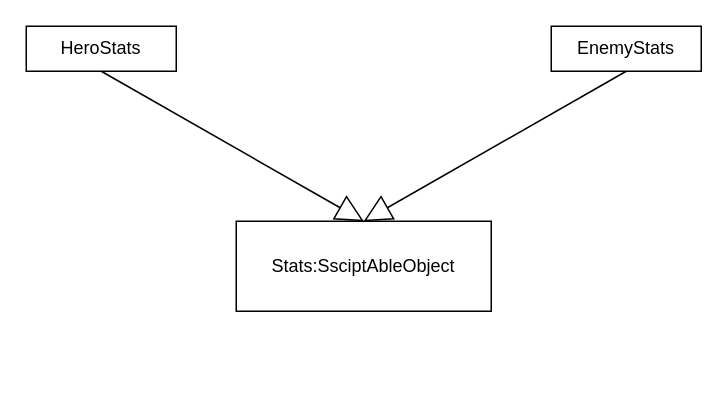
This is page "Stats" (5 of 5) of KaiGame_01.drawio from HiamKaito/KaiGame_01, a draw.io file, before an edit. Source tidied: cells renumbered, new cells numbered last; positions are measured from the earlier drawing's top-left corner, leaving out a move shared by most shapes. Both pictures are drawn from the tidied source at 150%, with x=0, y=0 at pixel (26, 26).
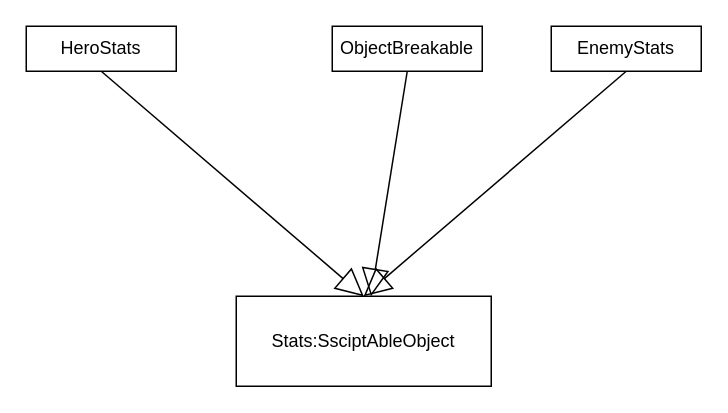
The same diagram, later.

The edit, as a diff of the source:
```diff
@@
 <mxGraphModel>
   <root>
     <mxCell id="0" />
     <mxCell id="1" parent="0" />
     <mxCell id="2" value="HeroStats" style="rounded=0;whiteSpace=wrap;html=1;" parent="1" vertex="1">
       <mxGeometry width="100" height="30" as="geometry" />
     </mxCell>
     <mxCell id="3" value="EnemyStats" style="rounded=0;whiteSpace=wrap;html=1;" parent="1" vertex="1">
       <mxGeometry x="350" width="100" height="30" as="geometry" />
     </mxCell>
     <mxCell id="4" value="Stats:SsciptAbleObject" style="rounded=0;whiteSpace=wrap;html=1;" parent="1" vertex="1">
-      <mxGeometry x="140" y="130" width="170" height="60" as="geometry" />
+      <mxGeometry x="140" y="180" width="170" height="60" as="geometry" />
     </mxCell>
     <mxCell id="5" style="endArrow=block;endSize=16;endFill=0;html=1;exitX=0.5;exitY=1;exitDx=0;exitDy=0;entryX=0.5;entryY=0;entryDx=0;entryDy=0;" parent="1" edge="1" source="2" target="4">
       <mxGeometry relative="1" as="geometry" />
     </mxCell>
     <mxCell id="6" style="endArrow=block;endSize=16;endFill=0;html=1;exitX=0.5;exitY=1;exitDx=0;exitDy=0;entryX=0.5;entryY=0;entryDx=0;entryDy=0;" parent="1" edge="1" source="3" target="4">
       <mxGeometry relative="1" as="geometry" />
     </mxCell>
+    <mxCell id="7" value="ObjectBreakable" style="rounded=0;whiteSpace=wrap;html=1;" parent="1" vertex="1">
+      <mxGeometry x="204" width="100" height="30" as="geometry" />
+    </mxCell>
+    <mxCell id="8" style="endArrow=block;endSize=16;endFill=0;html=1;exitX=0.5;exitY=1;exitDx=0;exitDy=0;" parent="1" edge="1" source="7" target="4">
+      <mxGeometry relative="1" as="geometry" />
+    </mxCell>
   </root>
 </mxGraphModel>
```
